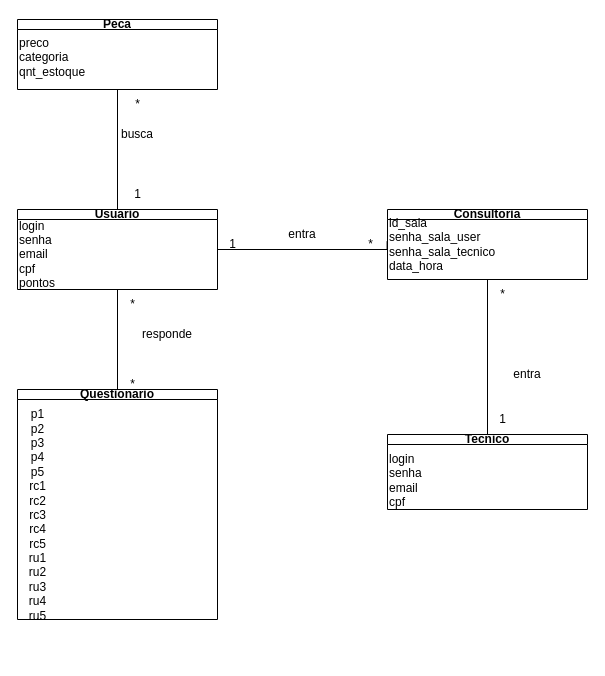
The draw.io diagram page "Page-10" (10 of 11) of Diagrama sem nome.drawio in devguina/CEFET-Software_Engineering, before the edit. Source tidied: cells renumbered, new cells numbered last; positions are measured from the earlier drawing's top-left corner, leaving out a move shared by most shapes. Both pictures are drawn from the tidied source at 100%, with x=0, y=0 at pixel (17, 19).
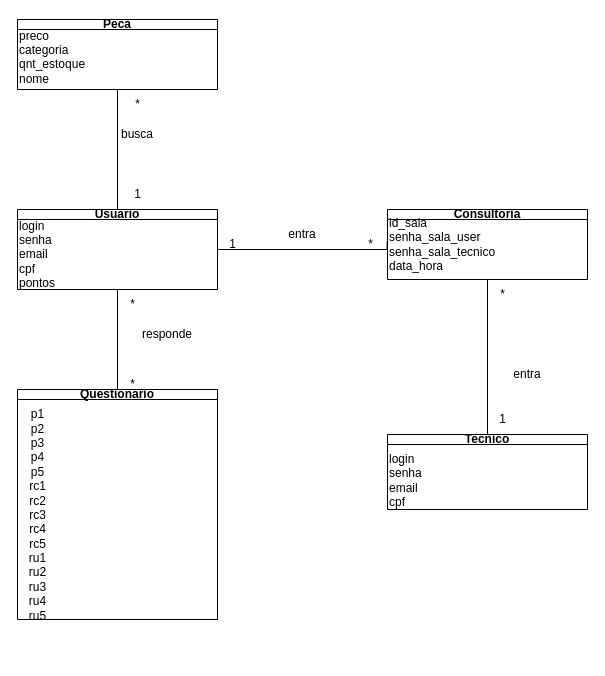
After the change.

The change refers to these unchanged cells:
```xml
<mxCell id="22" value="Peca" style="swimlane;whiteSpace=wrap;html=1;startSize=10;" parent="1" vertex="1">
  <mxGeometry width="200" height="70" as="geometry" />
</mxCell>
```

What changed in the source:
```diff
@@
-    <mxCell id="23" value="&lt;div&gt;preco&lt;/div&gt;&lt;div&gt;categoria&lt;/div&gt;&lt;div&gt;qnt_estoque&lt;/div&gt;&lt;div&gt;&lt;br&gt;&lt;/div&gt;" style="text;html=1;align=left;verticalAlign=middle;strokeColor=none;fillColor=none;" parent="22" vertex="1">
-      <mxGeometry y="10" width="90" height="70" as="geometry" />
+    <mxCell id="23" value="&lt;div&gt;preco&lt;/div&gt;&lt;div&gt;categoria&lt;/div&gt;&lt;div&gt;qnt_estoque&lt;/div&gt;&lt;div&gt;nome&lt;/div&gt;&lt;div&gt;&lt;br&gt;&lt;/div&gt;" style="text;html=1;align=left;verticalAlign=middle;strokeColor=none;fillColor=none;" parent="22" vertex="1">
+      <mxGeometry width="90" height="90" as="geometry" />
     </mxCell>
```
